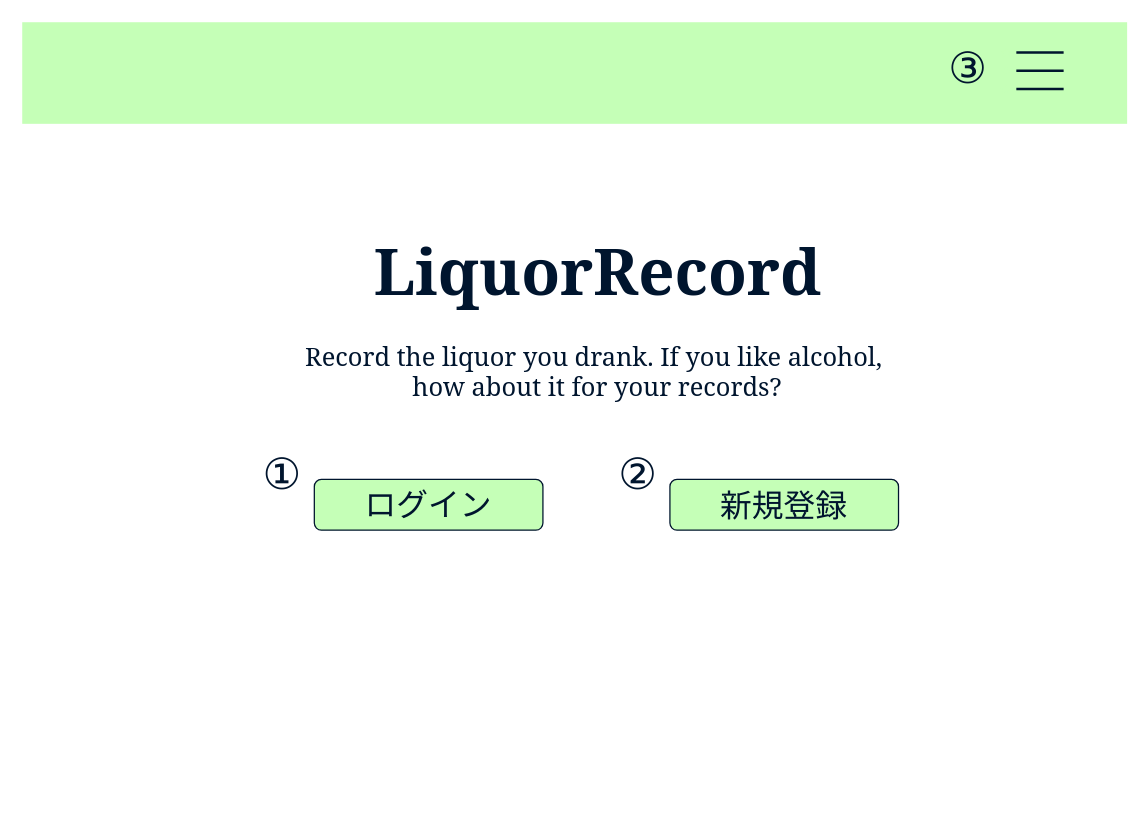
0saya0/LiquorRecord keeps this draw.io diagram as page "トップ画面" (1 of 12) of Untitled Diagram.drawio.xml. Above is the earlier version. Source tidied: cells renumbered, new cells numbered last; positions are measured from the earlier drawing's top-left corner, leaving out a move shared by most shapes. Both pictures are drawn from the tidied source at 127%, with x=0, y=0 at pixel (22, 22).
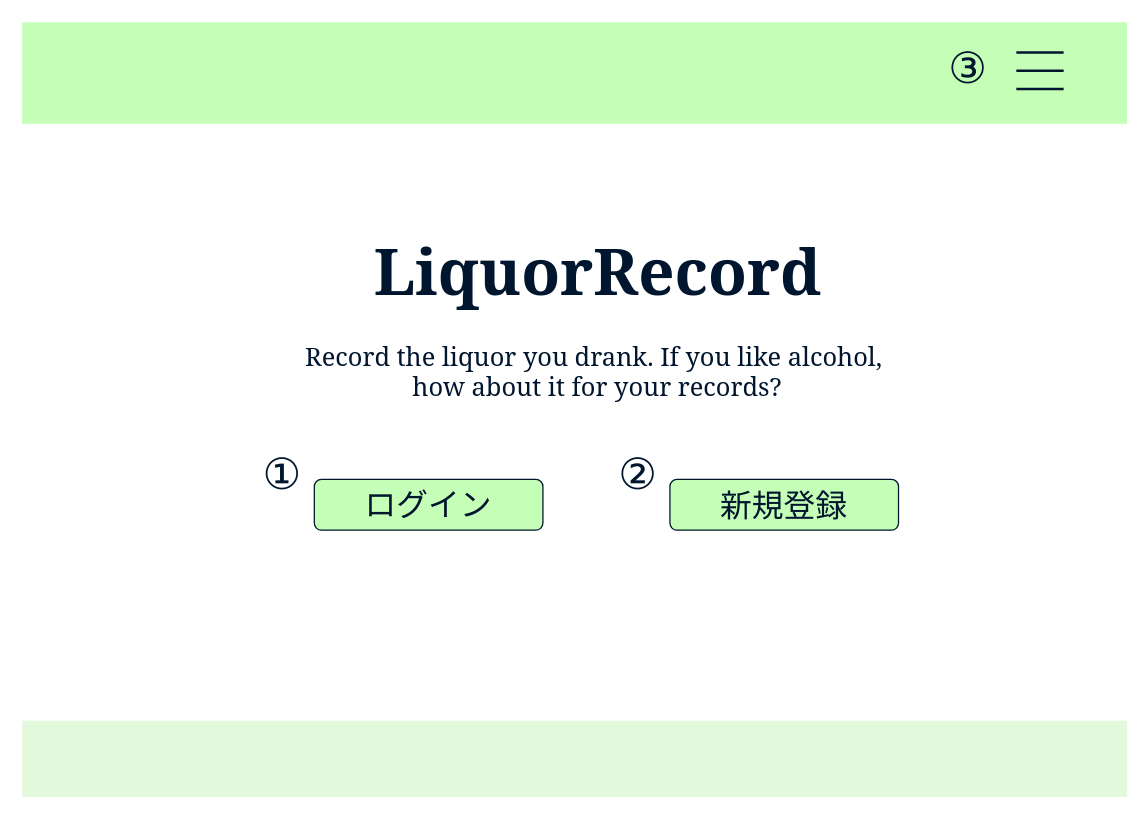
After the change.

Change to the diagram source:
```diff
@@
 <mxGraphModel background="#ffffff">
   <root>
     <mxCell id="0" />
     <mxCell id="1" parent="0" />
     <mxCell id="2" style="rounded=0;whiteSpace=wrap;html=1;fillColor=#C5FFB7;strokeColor=none;" parent="1" vertex="1">
       <mxGeometry width="870" height="80" as="geometry" />
     </mxCell>
     <mxCell id="3" value="LiquorRecord" style="text;strokeColor=none;fillColor=none;html=1;fontSize=50;fontStyle=1;verticalAlign=middle;align=center;fontColor=#00152E;fontFamily=Georgia;" parent="1" vertex="1">
       <mxGeometry x="260" y="140" width="385" height="110" as="geometry" />
     </mxCell>
     <mxCell id="4" style="html=1;verticalLabelPosition=bottom;align=center;labelBackgroundColor=#ffffff;verticalAlign=top;strokeWidth=2;strokeColor=#00152E;shadow=0;dashed=0;shape=mxgraph.ios7.icons.most_viewed;fontFamily=Georgia;fontSize=40;fontColor=#00152E;fillColor=#C5FFB7;" parent="1" vertex="1">
       <mxGeometry x="770" y="20" width="50" height="36.4" as="geometry" />
     </mxCell>
     <mxCell id="5" value="&lt;font style=&quot;font-size: 25px;&quot;&gt;ログイン&lt;/font&gt;" style="rounded=1;whiteSpace=wrap;html=1;fontFamily=Georgia;fontSize=25;fontColor=#00152E;strokeColor=#00152E;fillColor=#C5FFB7;arcSize=14;align=center;verticalAlign=middle;horizontal=1;labelBorderColor=none;spacingBottom=4;" parent="1" vertex="1">
       <mxGeometry x="230" y="360" width="180" height="40" as="geometry" />
     </mxCell>
     <mxCell id="6" value="&lt;span style=&quot;font-size: 25px&quot;&gt;新規登録&lt;/span&gt;" style="rounded=1;whiteSpace=wrap;html=1;fontFamily=Georgia;fontSize=30;fontColor=#00152E;strokeColor=#00152E;fillColor=#C5FFB7;arcSize=14;align=center;verticalAlign=middle;horizontal=1;labelBorderColor=none;spacingBottom=5;" parent="1" vertex="1">
       <mxGeometry x="510" y="360" width="180" height="40" as="geometry" />
     </mxCell>
     <mxCell id="7" value="&lt;p dir=&quot;auto&quot; style=&quot;margin: 0px ; padding: 0px ; border: 0px ; font: inherit&quot;&gt;&lt;span style=&quot;margin: 0px ; padding: 0px ; border: 0px ; font-style: inherit ; font-variant: inherit ; font-stretch: inherit ; font-size: 20px ; line-height: inherit ; font-family: inherit&quot;&gt;Record the liquor you drank. If you like alcohol,&amp;nbsp;&lt;/span&gt;&lt;/p&gt;&lt;p dir=&quot;auto&quot; style=&quot;margin: 0px ; padding: 0px ; border: 0px ; font: inherit&quot;&gt;&lt;span style=&quot;margin: 0px ; padding: 0px ; border: 0px ; font-style: inherit ; font-variant: inherit ; font-stretch: inherit ; font-size: 20px ; line-height: inherit ; font-family: inherit&quot;&gt;how about it for your records?&lt;/span&gt;&lt;/p&gt;" style="text;html=1;strokeColor=none;fillColor=none;align=center;verticalAlign=middle;whiteSpace=wrap;rounded=0;labelBorderColor=none;fontFamily=Georgia;fontSize=10;fontColor=#00152E;" parent="1" vertex="1">
       <mxGeometry x="212.5" y="250" width="480" height="50" as="geometry" />
     </mxCell>
     <mxCell id="8" value="①" style="text;html=1;strokeColor=none;fillColor=none;align=center;verticalAlign=middle;whiteSpace=wrap;rounded=0;labelBorderColor=none;fontFamily=Georgia;fontSize=34;fontColor=#00152E;" parent="1" vertex="1">
       <mxGeometry x="170" y="320" width="70" height="70" as="geometry" />
     </mxCell>
     <mxCell id="9" value="②" style="text;html=1;strokeColor=none;fillColor=none;align=center;verticalAlign=middle;whiteSpace=wrap;rounded=0;labelBorderColor=none;fontFamily=Georgia;fontSize=34;fontColor=#00152E;" parent="1" vertex="1">
       <mxGeometry x="450" y="320" width="70" height="70" as="geometry" />
     </mxCell>
     <mxCell id="10" value="③" style="text;html=1;strokeColor=none;fillColor=none;align=center;verticalAlign=middle;whiteSpace=wrap;rounded=0;labelBorderColor=none;fontFamily=Georgia;fontSize=34;fontColor=#00152E;" parent="1" vertex="1">
       <mxGeometry x="710" width="70" height="70" as="geometry" />
     </mxCell>
+    <mxCell id="11" style="rounded=0;whiteSpace=wrap;html=1;labelBorderColor=none;fontFamily=Georgia;fontSize=15;fontColor=#00152E;strokeColor=none;fillColor=#E2F9DC;" parent="1" vertex="1">
+      <mxGeometry y="550" width="870" height="60" as="geometry" />
+    </mxCell>
   </root>
 </mxGraphModel>
```
